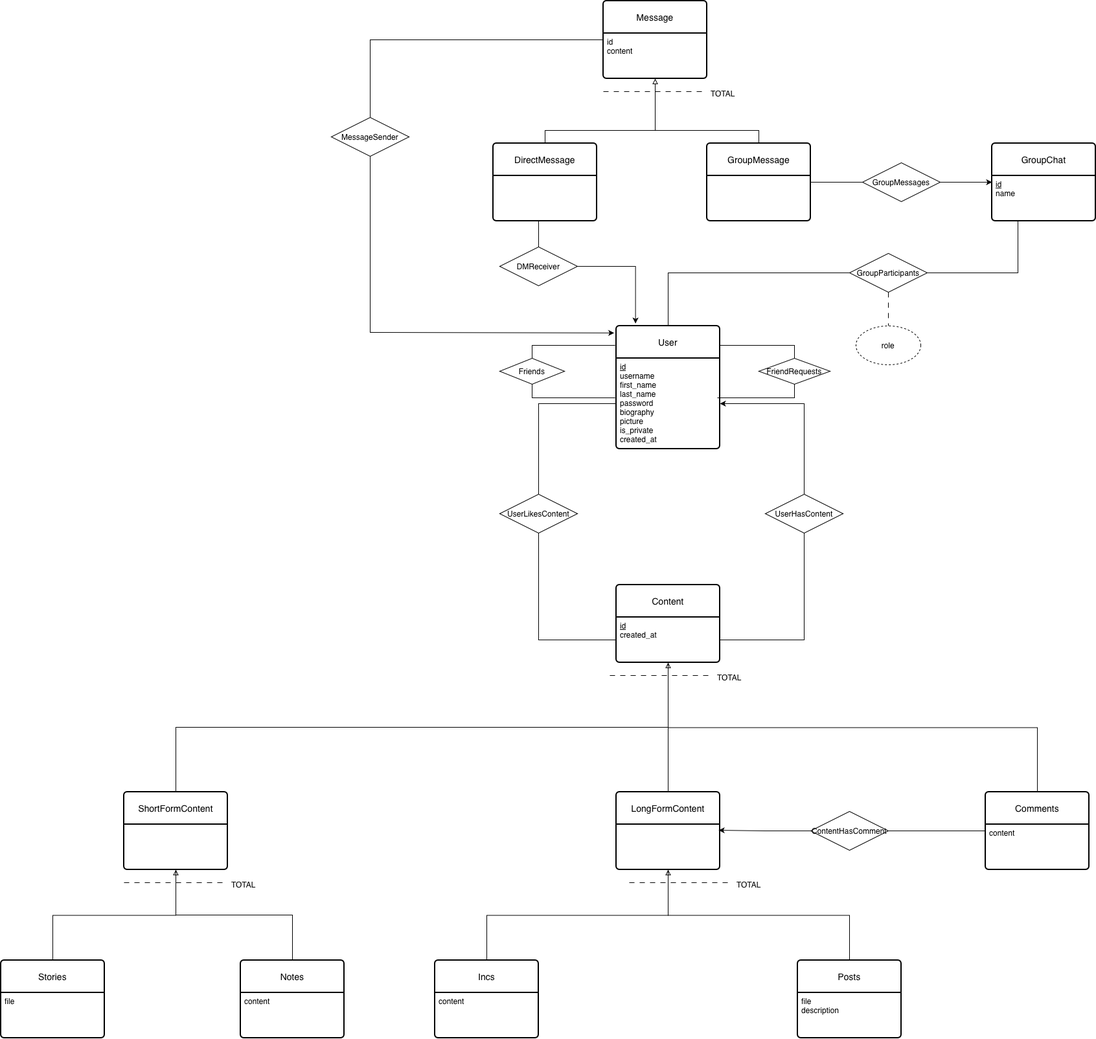
This is docs/database/ER/ModeloEntidadeRelacao.png from edagener0/Inclusion, a draw.io export, as it was before one commit. Source tidied: cells renumbered, new cells last; positions are measured from the earlier drawing's top-left corner, leaving out a move shared by most shapes.
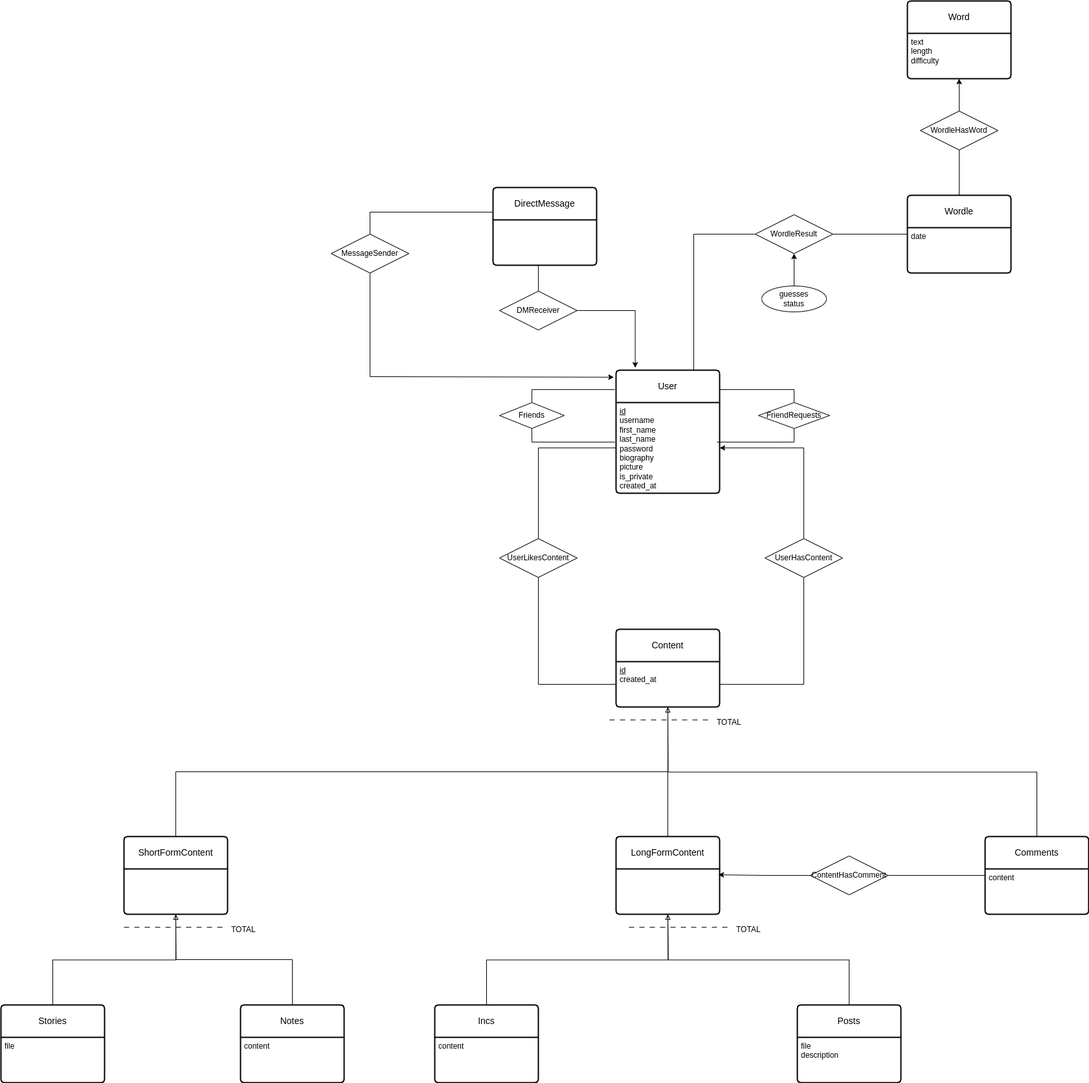
After the change.

Commit message:
docs(db): terminou-se o modelo entidade relação.

Diff of the diagram source:
```diff
@@ -2,6 +2,9 @@
   <root>
     <mxCell id="0" />
     <mxCell id="1" parent="0" />
+    <mxCell id="77" style="edgeStyle=orthogonalEdgeStyle;rounded=0;jettySize=auto;html=1;exitX=0.75;exitY=0;exitDx=0;exitDy=0;entryX=0;entryY=0.5;entryDx=0;entryDy=0;startArrow=none;startFill=0;endArrow=none;" parent="1" edge="1" source="2" target="84">
+      <mxGeometry relative="1" as="geometry" />
+    </mxCell>
     <mxCell id="2" value="User" style="swimlane;horizontal=1;startSize=50;rounded=1;fontSize=14;fontStyle=0;strokeWidth=2;shadow=0;dashed=0;align=center;arcSize=4;whiteSpace=wrap;html=1;" parent="1" vertex="1">
       <mxGeometry x="950" y="502" width="160" height="190" as="geometry" />
     </mxCell>
@@ -180,9 +183,6 @@
         <mxPoint x="1115" y="297" as="targetPoint" />
       </mxGeometry>
     </mxCell>
-    <mxCell id="51" style="edgeStyle=orthogonalEdgeStyle;rounded=0;jettySize=auto;html=1;exitX=0.5;exitY=0;exitDx=0;exitDy=0;entryX=0;entryY=0.5;entryDx=0;entryDy=0;endArrow=none;startFill=0;" parent="1" edge="1" source="2" target="67">
-      <mxGeometry relative="1" as="geometry" />
-    </mxCell>
     <mxCell id="52" style="edgeStyle=orthogonalEdgeStyle;rounded=0;jettySize=auto;html=1;entryX=1;entryY=0.5;entryDx=0;entryDy=0;endArrow=none;startFill=1;endFill=1;startArrow=classic;exitX=0.185;exitY=-0.02;exitDx=0;exitDy=0;exitPerimeter=0;" parent="1" edge="1" source="2" target="70">
       <mxGeometry relative="1" as="geometry">
         <Array as="points">
@@ -200,52 +200,14 @@
         <mxPoint x="1115" y="297" as="targetPoint" />
       </mxGeometry>
     </mxCell>
-    <mxCell id="55" value="Message" style="swimlane;horizontal=1;startSize=50;rounded=1;fontSize=14;fontStyle=0;strokeWidth=2;shadow=0;dashed=0;align=center;arcSize=4;whiteSpace=wrap;html=1;" parent="1" vertex="1">
-      <mxGeometry x="930" width="160" height="120" as="geometry" />
-    </mxCell>
-    <mxCell id="56" value="id&lt;div&gt;content&lt;/div&gt;&lt;div&gt;&lt;br&gt;&lt;/div&gt;" style="align=left;strokeColor=none;fillColor=none;spacingLeft=4;spacingRight=4;fontSize=12;verticalAlign=top;html=1;whiteSpace=wrap;" parent="55" vertex="1">
-      <mxGeometry y="50" width="160" height="70" as="geometry" />
-    </mxCell>
     <mxCell id="57" value="DirectMessage" style="swimlane;horizontal=1;startSize=50;rounded=1;fontSize=14;fontStyle=0;strokeWidth=2;shadow=0;dashed=0;align=center;arcSize=4;whiteSpace=wrap;html=1;" parent="1" vertex="1">
       <mxGeometry x="760" y="220" width="160" height="120" as="geometry" />
     </mxCell>
-    <mxCell id="58" style="edgeStyle=orthogonalEdgeStyle;rounded=0;jettySize=auto;html=1;exitX=0.5;exitY=0;exitDx=0;exitDy=0;entryX=0.5;entryY=0;entryDx=0;entryDy=0;endArrow=none;startFill=0;" parent="1" edge="1" source="59" target="57">
-      <mxGeometry relative="1" as="geometry" />
-    </mxCell>
-    <mxCell id="59" value="GroupMessage" style="swimlane;horizontal=1;startSize=50;rounded=1;fontSize=14;fontStyle=0;strokeWidth=2;shadow=0;dashed=0;align=center;arcSize=4;whiteSpace=wrap;html=1;" parent="1" vertex="1">
-      <mxGeometry x="1090" y="220" width="160" height="120" as="geometry" />
-    </mxCell>
-    <mxCell id="60" value="GroupChat" style="swimlane;horizontal=1;startSize=50;rounded=1;fontSize=14;fontStyle=0;strokeWidth=2;shadow=0;dashed=0;align=center;arcSize=4;whiteSpace=wrap;html=1;" parent="1" vertex="1">
-      <mxGeometry x="1530" y="220" width="160" height="120" as="geometry" />
-    </mxCell>
-    <mxCell id="61" value="&lt;u&gt;id&lt;/u&gt;&lt;div&gt;name&lt;/div&gt;" style="align=left;strokeColor=none;fillColor=none;spacingLeft=4;spacingRight=4;fontSize=12;verticalAlign=top;html=1;whiteSpace=wrap;" parent="60" vertex="1">
-      <mxGeometry y="50" width="160" height="70" as="geometry" />
-    </mxCell>
-    <mxCell id="62" style="endArrow=none;html=1;rounded=0;exitX=0.5;exitY=1;exitDx=0;exitDy=0;endFill=0;startFill=0;startArrow=block;" parent="1" edge="1" source="56">
-      <mxGeometry relative="1" as="geometry">
-        <mxPoint x="1010" y="200" as="targetPoint" />
-      </mxGeometry>
-    </mxCell>
-    <mxCell id="63" style="edgeStyle=orthogonalEdgeStyle;rounded=0;jettySize=auto;html=1;exitX=0;exitY=0.5;exitDx=0;exitDy=0;entryX=1;entryY=0.5;entryDx=0;entryDy=0;endArrow=none;startFill=0;" parent="1" edge="1" source="65" target="59">
-      <mxGeometry relative="1" as="geometry" />
-    </mxCell>
-    <mxCell id="64" style="edgeStyle=orthogonalEdgeStyle;rounded=0;jettySize=auto;html=1;exitX=1;exitY=0.5;exitDx=0;exitDy=0;entryX=0;entryY=0.5;entryDx=0;entryDy=0;" parent="1" edge="1" source="65" target="60">
-      <mxGeometry relative="1" as="geometry" />
-    </mxCell>
-    <mxCell id="65" value="GroupMessages" style="shape=rhombus;perimeter=rhombusPerimeter;whiteSpace=wrap;html=1;align=center;" parent="1" vertex="1">
-      <mxGeometry x="1330" y="250" width="120" height="60" as="geometry" />
-    </mxCell>
-    <mxCell id="66" style="edgeStyle=orthogonalEdgeStyle;rounded=0;jettySize=auto;html=1;exitX=1;exitY=0.5;exitDx=0;exitDy=0;entryX=0.25;entryY=1;entryDx=0;entryDy=0;endArrow=none;startFill=0;" parent="1" edge="1" source="67" target="61">
-      <mxGeometry relative="1" as="geometry" />
-    </mxCell>
-    <mxCell id="67" value="GroupParticipants" style="shape=rhombus;perimeter=rhombusPerimeter;whiteSpace=wrap;html=1;align=center;" parent="1" vertex="1">
-      <mxGeometry x="1310" y="390" width="120" height="60" as="geometry" />
-    </mxCell>
-    <mxCell id="68" style="edgeStyle=orthogonalEdgeStyle;rounded=0;jettySize=auto;html=1;exitX=0.5;exitY=0;exitDx=0;exitDy=0;entryX=0;entryY=0.5;entryDx=0;entryDy=0;endArrow=none;startFill=0;" parent="1" edge="1" source="69" target="55">
+    <mxCell id="68" style="edgeStyle=orthogonalEdgeStyle;rounded=0;jettySize=auto;html=1;exitX=0.5;exitY=0;exitDx=0;exitDy=0;entryX=-0.006;entryY=0.317;entryDx=0;entryDy=0;endArrow=none;startFill=0;entryPerimeter=0;" parent="1" edge="1" source="69" target="57">
       <mxGeometry relative="1" as="geometry" />
     </mxCell>
     <mxCell id="69" value="MessageSender" style="shape=rhombus;perimeter=rhombusPerimeter;whiteSpace=wrap;html=1;align=center;" parent="1" vertex="1">
-      <mxGeometry x="510" y="180" width="120" height="60" as="geometry" />
+      <mxGeometry x="510" y="292" width="120" height="60" as="geometry" />
     </mxCell>
     <mxCell id="70" value="DMReceiver" style="shape=rhombus;perimeter=rhombusPerimeter;whiteSpace=wrap;html=1;align=center;" parent="1" vertex="1">
       <mxGeometry x="770" y="380" width="120" height="60" as="geometry" />
@@ -255,15 +217,6 @@
         <mxPoint x="830" y="340" as="targetPoint" />
       </mxGeometry>
     </mxCell>
-    <mxCell id="72" value="TOTAL" style="text;strokeColor=none;fillColor=none;spacingLeft=4;spacingRight=4;overflow=hidden;fontSize=12;whiteSpace=wrap;html=1;" parent="1" vertex="1">
-      <mxGeometry x="1090" y="130" width="60" height="30" as="geometry" />
-    </mxCell>
-    <mxCell id="73" style="endArrow=none;html=1;rounded=0;dashed=1;dashPattern=8 8;" parent="1" edge="1">
-      <mxGeometry relative="1" as="geometry">
-        <mxPoint x="930" y="140" as="sourcePoint" />
-        <mxPoint x="1090" y="140" as="targetPoint" />
-      </mxGeometry>
-    </mxCell>
     <mxCell id="74" style="endArrow=classic;html=1;rounded=0;exitX=0.5;exitY=1;exitDx=0;exitDy=0;entryX=-0.021;entryY=0.057;entryDx=0;entryDy=0;entryPerimeter=0;" parent="1" edge="1" source="69" target="2">
       <mxGeometry relative="1" as="geometry">
         <Array as="points">
@@ -271,11 +224,38 @@
         </Array>
       </mxGeometry>
     </mxCell>
-    <mxCell id="75" style="endArrow=none;html=1;rounded=0;exitX=0.5;exitY=1;exitDx=0;exitDy=0;dashed=1;dashPattern=8 8;entryX=0.5;entryY=0;entryDx=0;entryDy=0;" parent="1" edge="1" source="67" target="76">
-      <mxGeometry relative="1" as="geometry" />
-    </mxCell>
-    <mxCell id="76" value="role" style="ellipse;whiteSpace=wrap;html=1;align=center;dashed=1;" parent="1" vertex="1">
-      <mxGeometry x="1320" y="502" width="100" height="60" as="geometry" />
-    </mxCell>
+    <mxCell id="78" style="edgeStyle=orthogonalEdgeStyle;rounded=0;jettySize=auto;html=1;exitX=0.5;exitY=0;exitDx=0;exitDy=0;entryX=0.5;entryY=1;entryDx=0;entryDy=0;endArrow=none;startFill=0;" parent="1" edge="1" source="79" target="86">
+      <mxGeometry relative="1" as="geometry" />
+    </mxCell>
+    <mxCell id="79" value="Wordle" style="swimlane;horizontal=1;startSize=50;rounded=1;fontSize=14;fontStyle=0;strokeWidth=2;shadow=0;dashed=0;align=center;arcSize=4;whiteSpace=wrap;html=1;" parent="1" vertex="1">
+      <mxGeometry x="1400" y="232" width="160" height="120" as="geometry" />
+    </mxCell>
+    <mxCell id="80" value="date" style="align=left;strokeColor=none;fillColor=none;spacingLeft=4;spacingRight=4;fontSize=12;verticalAlign=top;html=1;whiteSpace=wrap;" parent="79" vertex="1">
+      <mxGeometry y="50" width="160" height="70" as="geometry" />
+    </mxCell>
+    <mxCell id="81" value="Word" style="swimlane;horizontal=1;startSize=50;rounded=1;fontSize=14;fontStyle=0;strokeWidth=2;shadow=0;dashed=0;align=center;arcSize=4;whiteSpace=wrap;html=1;" parent="1" vertex="1">
+      <mxGeometry x="1400" y="-68" width="160" height="120" as="geometry" />
+    </mxCell>
+    <mxCell id="82" value="text&lt;div&gt;length&lt;/div&gt;&lt;div&gt;difficulty&lt;/div&gt;" style="align=left;strokeColor=none;fillColor=none;spacingLeft=4;spacingRight=4;fontSize=12;verticalAlign=top;html=1;whiteSpace=wrap;" parent="81" vertex="1">
+      <mxGeometry y="50" width="160" height="70" as="geometry" />
+    </mxCell>
+    <mxCell id="83" style="edgeStyle=orthogonalEdgeStyle;rounded=0;jettySize=auto;html=1;exitX=1;exitY=0.5;exitDx=0;exitDy=0;entryX=0;entryY=0.5;entryDx=0;entryDy=0;endArrow=none;startFill=0;" parent="1" edge="1" source="84" target="79">
+      <mxGeometry relative="1" as="geometry" />
+    </mxCell>
+    <mxCell id="84" value="WordleResult" style="shape=rhombus;perimeter=rhombusPerimeter;whiteSpace=wrap;html=1;align=center;" parent="1" vertex="1">
+      <mxGeometry x="1165" y="262" width="120" height="60" as="geometry" />
+    </mxCell>
+    <mxCell id="85" style="edgeStyle=orthogonalEdgeStyle;rounded=0;jettySize=auto;html=1;exitX=0.5;exitY=0;exitDx=0;exitDy=0;entryX=0.5;entryY=1;entryDx=0;entryDy=0;" parent="1" edge="1" source="86" target="82">
+      <mxGeometry relative="1" as="geometry" />
+    </mxCell>
+    <mxCell id="86" value="WordleHasWord" style="shape=rhombus;perimeter=rhombusPerimeter;whiteSpace=wrap;html=1;align=center;" parent="1" vertex="1">
+      <mxGeometry x="1420" y="102" width="120" height="60" as="geometry" />
+    </mxCell>
+    <mxCell id="87" style="edgeStyle=orthogonalEdgeStyle;rounded=0;jettySize=auto;html=1;exitX=0.5;exitY=0;exitDx=0;exitDy=0;entryX=0.5;entryY=1;entryDx=0;entryDy=0;" parent="1" edge="1" source="88" target="84">
+      <mxGeometry relative="1" as="geometry" />
+    </mxCell>
+    <mxCell id="88" value="guesses&lt;div&gt;status&lt;/div&gt;" style="ellipse;whiteSpace=wrap;html=1;align=center;" parent="1" vertex="1">
+      <mxGeometry x="1175" y="372" width="100" height="40" as="geometry" />
+    </mxCell>
   </root>
 </mxGraphModel>
```
